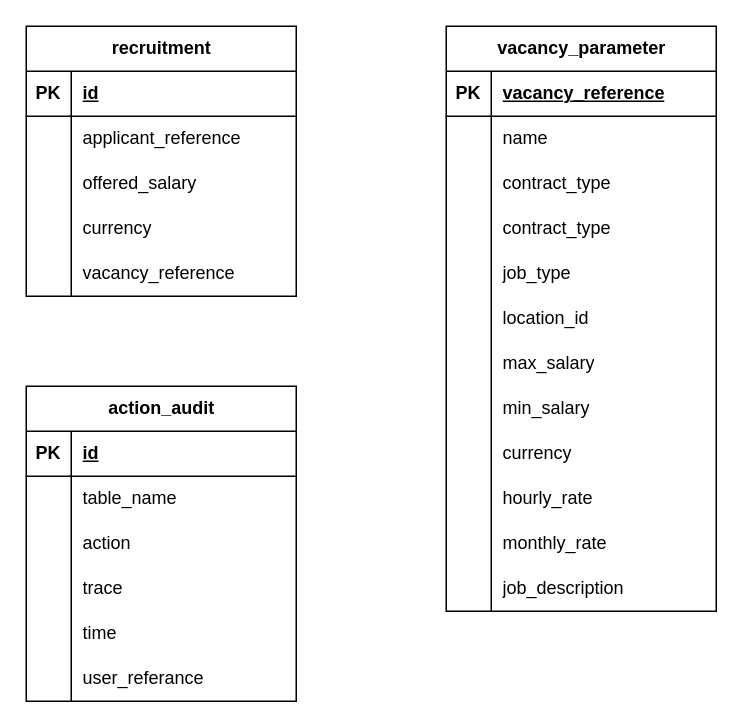
The draw.io diagram design/invoicing_microservice.drawio in peguses/education, before the edit. Source tidied: cells renumbered, new cells numbered last; positions are measured from the earlier drawing's top-left corner, leaving out a move shared by most shapes. Both pictures are drawn from the tidied source at 150%, with x=0, y=0 at pixel (26, 26).
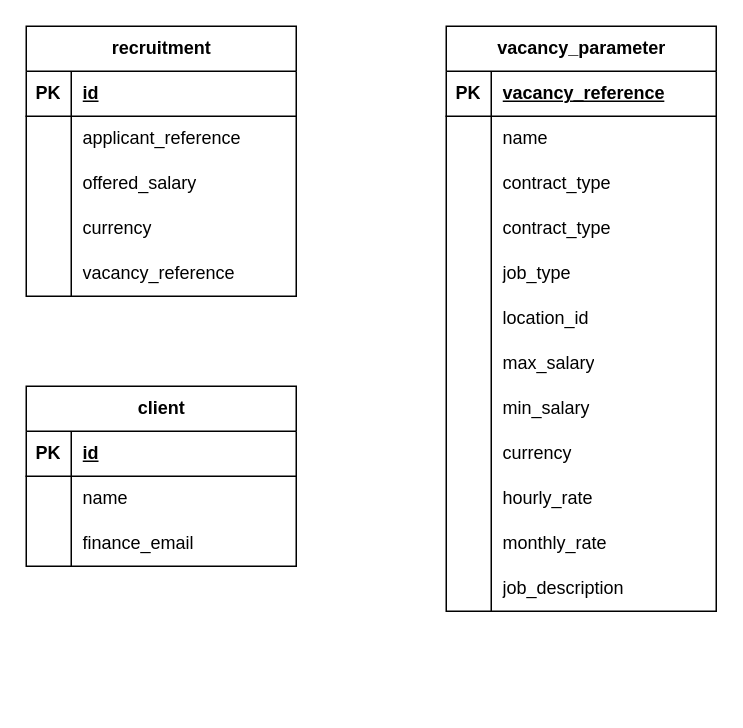
The same page after the edit.

The edit, as a diff of the source:
```diff
@@
-    <mxCell id="55" value="action_audit" style="shape=table;startSize=30;childLayout=tableLayout;rowLines=0;fontStyle=1;align=center;html=1;" parent="1" vertex="1">
-      <mxGeometry y="240" width="180" height="210" as="geometry" />
-    </mxCell>
+    <mxCell id="74" value="client" style="shape=table;startSize=30;childLayout=tableLayout;rowLines=0;fontStyle=1;align=center;html=1;" parent="1" vertex="1">
+      <mxGeometry y="240" width="180" height="120" as="geometry" />
+    </mxCell>
-    <mxCell id="56" style="shape=tableRow;horizontal=0;startSize=0;swimlaneHead=0;swimlaneBody=0;fillColor=none;top=0;left=0;right=0;bottom=1;" parent="55" vertex="1">
+    <mxCell id="56" style="shape=tableRow;horizontal=0;startSize=0;swimlaneHead=0;swimlaneBody=0;fillColor=none;top=0;left=0;right=0;bottom=1;" parent="74" vertex="1">
       <mxGeometry y="30" width="180" height="30" as="geometry" />
     </mxCell>
@@
-    <mxCell id="59" style="shape=tableRow;horizontal=0;startSize=0;swimlaneHead=0;swimlaneBody=0;fillColor=none;top=0;left=0;right=0;bottom=0;" parent="55" vertex="1">
+    <mxCell id="59" style="shape=tableRow;horizontal=0;startSize=0;swimlaneHead=0;swimlaneBody=0;fillColor=none;top=0;left=0;right=0;bottom=0;" parent="74" vertex="1">
       <mxGeometry y="60" width="180" height="30" as="geometry" />
     </mxCell>
-    <mxCell id="60" style="shape=partialRectangle;fillColor=none;top=0;left=0;bottom=0;right=0;overflow=hidden;whiteSpace=wrap;html=1;" parent="59" vertex="1">
-      <mxGeometry width="30" height="30" as="geometry" />
-    </mxCell>
-    <mxCell id="61" value="table_name" style="shape=partialRectangle;fillColor=none;top=0;left=0;bottom=0;right=0;align=left;spacingLeft=6;overflow=hidden;whiteSpace=wrap;html=1;" parent="59" vertex="1">
-      <mxGeometry x="30" width="150" height="30" as="geometry" />
-    </mxCell>
+    <mxCell id="75" style="shape=partialRectangle;fillColor=none;top=0;left=0;bottom=0;right=0;overflow=hidden;whiteSpace=wrap;html=1;" parent="59" vertex="1">
+      <mxGeometry width="30" height="30" as="geometry" />
+    </mxCell>
+    <mxCell id="76" value="name" style="shape=partialRectangle;fillColor=none;top=0;left=0;bottom=0;right=0;align=left;spacingLeft=6;overflow=hidden;whiteSpace=wrap;html=1;" parent="59" vertex="1">
+      <mxGeometry x="30" width="150" height="30" as="geometry" />
+    </mxCell>
-    <mxCell id="62" style="shape=tableRow;horizontal=0;startSize=0;swimlaneHead=0;swimlaneBody=0;fillColor=none;top=0;left=0;right=0;bottom=0;" parent="55" vertex="1">
+    <mxCell id="62" style="shape=tableRow;horizontal=0;startSize=0;swimlaneHead=0;swimlaneBody=0;fillColor=none;top=0;left=0;right=0;bottom=0;" parent="74" vertex="1">
       <mxGeometry y="90" width="180" height="30" as="geometry" />
     </mxCell>
-    <mxCell id="63" style="shape=partialRectangle;fillColor=none;top=0;left=0;bottom=0;right=0;overflow=hidden;whiteSpace=wrap;html=1;" parent="62" vertex="1">
-      <mxGeometry width="30" height="30" as="geometry" />
-    </mxCell>
-    <mxCell id="64" value="action" style="shape=partialRectangle;fillColor=none;top=0;left=0;bottom=0;right=0;align=left;spacingLeft=6;overflow=hidden;whiteSpace=wrap;html=1;" parent="62" vertex="1">
-      <mxGeometry x="30" width="150" height="30" as="geometry" />
-    </mxCell>
-    <mxCell id="65" style="shape=tableRow;horizontal=0;startSize=0;swimlaneHead=0;swimlaneBody=0;fillColor=none;top=0;left=0;right=0;bottom=0;" parent="55" vertex="1">
-      <mxGeometry y="120" width="180" height="30" as="geometry" />
-    </mxCell>
-    <mxCell id="66" style="shape=partialRectangle;fillColor=none;top=0;left=0;bottom=0;right=0;overflow=hidden;whiteSpace=wrap;html=1;" parent="65" vertex="1">
-      <mxGeometry width="30" height="30" as="geometry" />
-    </mxCell>
-    <mxCell id="67" value="trace" style="shape=partialRectangle;fillColor=none;top=0;left=0;bottom=0;right=0;align=left;spacingLeft=6;overflow=hidden;whiteSpace=wrap;html=1;" parent="65" vertex="1">
-      <mxGeometry x="30" width="150" height="30" as="geometry" />
-    </mxCell>
-    <mxCell id="68" style="shape=tableRow;horizontal=0;startSize=0;swimlaneHead=0;swimlaneBody=0;fillColor=none;top=0;left=0;right=0;bottom=0;" parent="55" vertex="1">
-      <mxGeometry y="150" width="180" height="30" as="geometry" />
-    </mxCell>
-    <mxCell id="69" style="shape=partialRectangle;fillColor=none;top=0;left=0;bottom=0;right=0;overflow=hidden;whiteSpace=wrap;html=1;" parent="68" vertex="1">
-      <mxGeometry width="30" height="30" as="geometry" />
-    </mxCell>
-    <mxCell id="70" value="time" style="shape=partialRectangle;fillColor=none;top=0;left=0;bottom=0;right=0;align=left;spacingLeft=6;overflow=hidden;whiteSpace=wrap;html=1;" parent="68" vertex="1">
-      <mxGeometry x="30" width="150" height="30" as="geometry" />
-    </mxCell>
-    <mxCell id="71" style="shape=tableRow;horizontal=0;startSize=0;swimlaneHead=0;swimlaneBody=0;fillColor=none;top=0;left=0;right=0;bottom=0;" parent="55" vertex="1">
-      <mxGeometry y="180" width="180" height="30" as="geometry" />
-    </mxCell>
-    <mxCell id="72" style="shape=partialRectangle;fillColor=none;top=0;left=0;bottom=0;right=0;overflow=hidden;whiteSpace=wrap;html=1;" parent="71" vertex="1">
-      <mxGeometry width="30" height="30" as="geometry" />
-    </mxCell>
-    <mxCell id="73" value="user_referance" style="shape=partialRectangle;fillColor=none;top=0;left=0;bottom=0;right=0;align=left;spacingLeft=6;overflow=hidden;whiteSpace=wrap;html=1;" parent="71" vertex="1">
-      <mxGeometry x="30" width="150" height="30" as="geometry" />
-    </mxCell>
+    <mxCell id="77" style="shape=partialRectangle;fillColor=none;top=0;left=0;bottom=0;right=0;overflow=hidden;whiteSpace=wrap;html=1;" parent="62" vertex="1">
+      <mxGeometry width="30" height="30" as="geometry" />
+    </mxCell>
+    <mxCell id="78" value="finance_email" style="shape=partialRectangle;fillColor=none;top=0;left=0;bottom=0;right=0;align=left;spacingLeft=6;overflow=hidden;whiteSpace=wrap;html=1;" parent="62" vertex="1">
+      <mxGeometry x="30" width="150" height="30" as="geometry" />
+    </mxCell>
```
